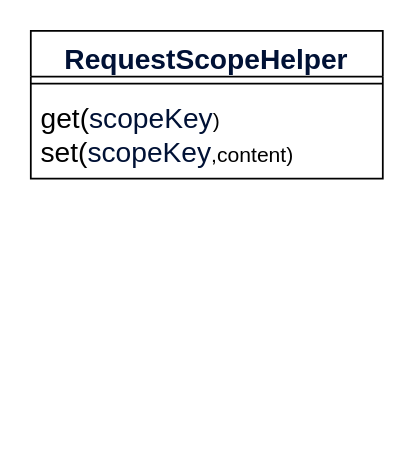
lensson/draw.io keeps this draw.io diagram as Intent-2G.drawio. Above is the earlier version. Source tidied: cells renumbered, new cells numbered last; positions are measured from the earlier drawing's top-left corner, leaving out a move shared by most shapes. Both pictures are drawn from the tidied source at 176%, with x=0, y=0 at pixel (30, 30).
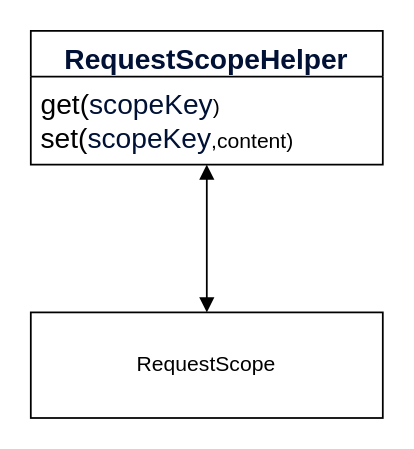
The same diagram, later.

Change to the diagram source:
```diff
@@
 <mxGraphModel>
   <root>
     <mxCell id="0" />
     <mxCell id="1" parent="0" />
     <mxCell id="2" value="&lt;span style=&quot;font-size:12.0pt;font-family:&amp;quot;Nokia Pure Text Light&amp;quot;;&lt;br/&gt;mso-ascii-font-family:&amp;quot;Nokia Pure Text Light&amp;quot;;mso-fareast-font-family:+mn-ea;&lt;br/&gt;mso-bidi-font-family:+mn-cs;mso-ascii-theme-font:minor-latin;mso-fareast-theme-font:&lt;br/&gt;minor-fareast;mso-bidi-theme-font:minor-bidi;color:#001135;mso-color-index:&lt;br/&gt;3;mso-font-kerning:12.0pt;language:en-US;mso-style-textfill-type:solid;&lt;br/&gt;mso-style-textfill-fill-themecolor:text2;mso-style-textfill-fill-color:#001135;&lt;br/&gt;mso-style-textfill-fill-alpha:100.0%&quot;&gt;RequestScopeHelper&lt;/span&gt;" style="swimlane;fontStyle=1;align=center;verticalAlign=top;horizontal=1;startSize=26;whiteSpace=wrap;html=1;" parent="1" vertex="1">
-      <mxGeometry width="200" height="84" as="geometry" />
+      <mxGeometry width="200" height="76" as="geometry" />
     </mxCell>
-    <mxCell id="3" style="line;strokeWidth=1;fillColor=none;align=left;verticalAlign=middle;spacingTop=-1;spacingLeft=3;spacingRight=3;labelPosition=right;strokeColor=inherit;" parent="2" vertex="1">
-      <mxGeometry y="26" width="200" height="8" as="geometry" />
-    </mxCell>
     <mxCell id="4" value="&lt;p style=&quot;margin-top: 0pt; margin-bottom: 0pt; margin-left: 0in; direction: ltr; unicode-bidi: embed; word-break: normal;&quot;&gt;&lt;span style=&quot;font-size:12.0pt;&lt;br/&gt;font-family:&amp;quot;Nokia Pure Text Light&amp;quot;;mso-ascii-font-family:&amp;quot;Nokia Pure Text Light&amp;quot;;&lt;br/&gt;mso-fareast-font-family:+mn-ea;mso-bidi-font-family:+mn-cs;mso-ascii-theme-font:&lt;br/&gt;minor-latin;mso-fareast-theme-font:minor-fareast;mso-bidi-theme-font:minor-bidi;&lt;br/&gt;color:#001135;mso-color-index:3;mso-font-kerning:12.0pt;language:en-US;&lt;br/&gt;mso-style-textfill-type:solid;mso-style-textfill-fill-themecolor:text2;&lt;br/&gt;mso-style-textfill-fill-color:#001135;mso-style-textfill-fill-alpha:100.0%&quot;&gt;get(&lt;/span&gt;&lt;span style=&quot;font-size:12.0pt;font-family:&amp;quot;Nokia Pure Text Light&amp;quot;;&lt;br/&gt;mso-ascii-font-family:&amp;quot;Nokia Pure Text Light&amp;quot;;mso-fareast-font-family:+mn-ea;&lt;br/&gt;mso-bidi-font-family:+mn-cs;mso-ascii-theme-font:minor-latin;mso-fareast-theme-font:&lt;br/&gt;minor-fareast;mso-bidi-theme-font:minor-bidi;color:#001135;mso-color-index:&lt;br/&gt;3;mso-font-kerning:12.0pt;language:en-US;mso-style-textfill-type:solid;&lt;br/&gt;mso-style-textfill-fill-themecolor:text2;mso-style-textfill-fill-color:#001135;&lt;br/&gt;mso-style-textfill-fill-alpha:100.0%&quot;&gt;scopeKey&lt;/span&gt;&lt;span style=&quot;font-size:&lt;br/&gt;12.0pt;font-family:&amp;quot;Nokia Pure Text Light&amp;quot;;mso-ascii-font-family:&amp;quot;Nokia Pure Text Light&amp;quot;;&lt;br/&gt;mso-fareast-font-family:+mn-ea;mso-bidi-font-family:+mn-cs;mso-ascii-theme-font:&lt;br/&gt;minor-latin;mso-fareast-theme-font:minor-fareast;mso-bidi-theme-font:minor-bidi;&lt;br/&gt;color:#001135;mso-color-index:3;mso-font-kerning:12.0pt;language:en-US;&lt;br/&gt;mso-style-textfill-type:solid;mso-style-textfill-fill-themecolor:text2;&lt;br/&gt;mso-style-textfill-fill-color:#001135;mso-style-textfill-fill-alpha:100.0%&quot;&gt;)&lt;/span&gt;&lt;/p&gt;&lt;p style=&quot;margin-top: 0pt; margin-bottom: 0pt; margin-left: 0in; direction: ltr; unicode-bidi: embed; word-break: normal;&quot;&gt;&lt;span style=&quot;font-size:12.0pt;&lt;br/&gt;font-family:&amp;quot;Nokia Pure Text Light&amp;quot;;mso-ascii-font-family:&amp;quot;Nokia Pure Text Light&amp;quot;;&lt;br/&gt;mso-fareast-font-family:+mn-ea;mso-bidi-font-family:+mn-cs;mso-ascii-theme-font:&lt;br/&gt;minor-latin;mso-fareast-theme-font:minor-fareast;mso-bidi-theme-font:minor-bidi;&lt;br/&gt;color:#001135;mso-color-index:3;mso-font-kerning:12.0pt;language:en-US;&lt;br/&gt;mso-style-textfill-type:solid;mso-style-textfill-fill-themecolor:text2;&lt;br/&gt;mso-style-textfill-fill-color:#001135;mso-style-textfill-fill-alpha:100.0%&quot;&gt;set(&lt;/span&gt;&lt;span style=&quot;font-size:12.0pt;font-family:&amp;quot;Nokia Pure Text Light&amp;quot;;&lt;br/&gt;mso-ascii-font-family:&amp;quot;Nokia Pure Text Light&amp;quot;;mso-fareast-font-family:+mn-ea;&lt;br/&gt;mso-bidi-font-family:+mn-cs;mso-ascii-theme-font:minor-latin;mso-fareast-theme-font:&lt;br/&gt;minor-fareast;mso-bidi-theme-font:minor-bidi;color:#001135;mso-color-index:&lt;br/&gt;3;mso-font-kerning:12.0pt;language:en-US;mso-style-textfill-type:solid;&lt;br/&gt;mso-style-textfill-fill-themecolor:text2;mso-style-textfill-fill-color:#001135;&lt;br/&gt;mso-style-textfill-fill-alpha:100.0%&quot;&gt;scopeKey&lt;/span&gt;&lt;span style=&quot;font-size:&lt;br/&gt;12.0pt;font-family:&amp;quot;Nokia Pure Text Light&amp;quot;;mso-ascii-font-family:&amp;quot;Nokia Pure Text Light&amp;quot;;&lt;br/&gt;mso-fareast-font-family:+mn-ea;mso-bidi-font-family:+mn-cs;mso-ascii-theme-font:&lt;br/&gt;minor-latin;mso-fareast-theme-font:minor-fareast;mso-bidi-theme-font:minor-bidi;&lt;br/&gt;color:#001135;mso-color-index:3;mso-font-kerning:12.0pt;language:en-US;&lt;br/&gt;mso-style-textfill-type:solid;mso-style-textfill-fill-themecolor:text2;&lt;br/&gt;mso-style-textfill-fill-color:#001135;mso-style-textfill-fill-alpha:100.0%&quot;&gt;,content)&lt;/span&gt;&lt;/p&gt;" style="text;strokeColor=none;fillColor=none;align=left;verticalAlign=top;spacingLeft=4;spacingRight=4;overflow=hidden;points=[[0,0.5],[1,0.5]];portConstraint=eastwest;whiteSpace=wrap;html=1;" parent="2" vertex="1">
-      <mxGeometry y="34" width="200" height="50" as="geometry" />
+      <mxGeometry y="26" width="200" height="50" as="geometry" />
     </mxCell>
+    <mxCell id="5" value="RequestScope" style="html=1;whiteSpace=wrap;" parent="1" vertex="1">
+      <mxGeometry y="160" width="200" height="60" as="geometry" />
+    </mxCell>
+    <mxCell id="6" style="endArrow=block;startArrow=block;endFill=1;startFill=1;html=1;rounded=0;entryX=0.5;entryY=0;entryDx=0;entryDy=0;" parent="1" edge="1" source="4" target="5">
+      <mxGeometry relative="1" as="geometry" />
+    </mxCell>
   </root>
 </mxGraphModel>
```
